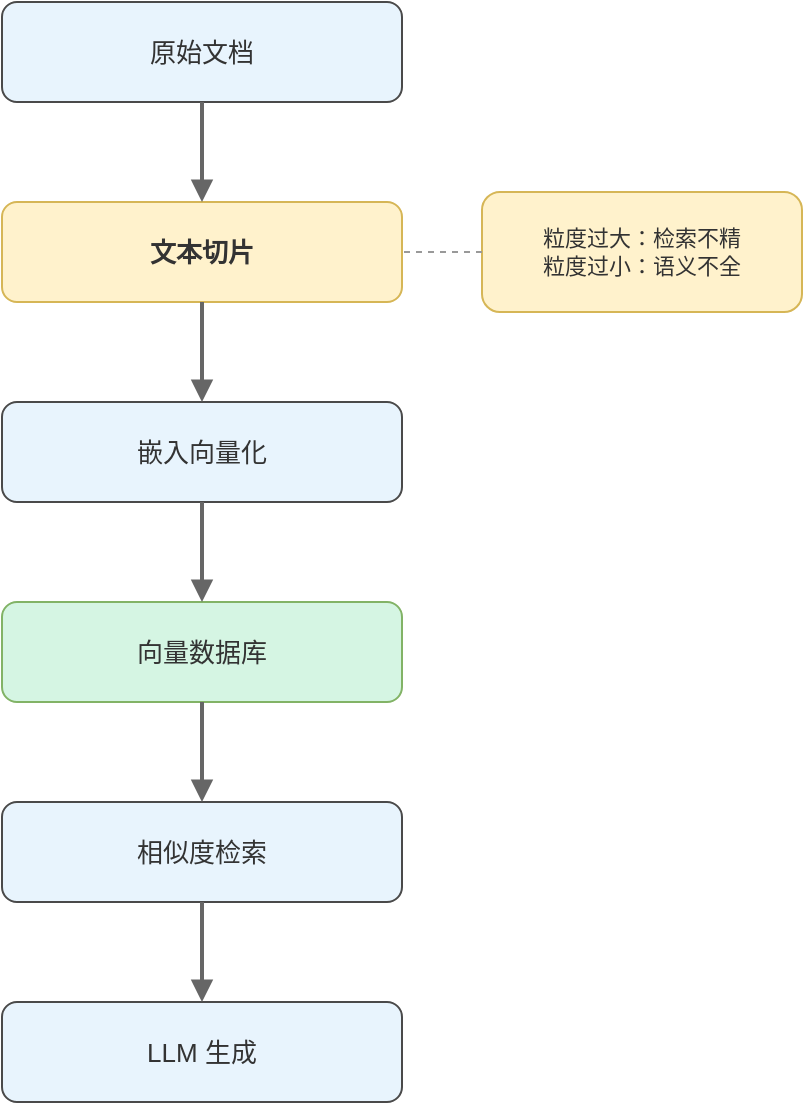
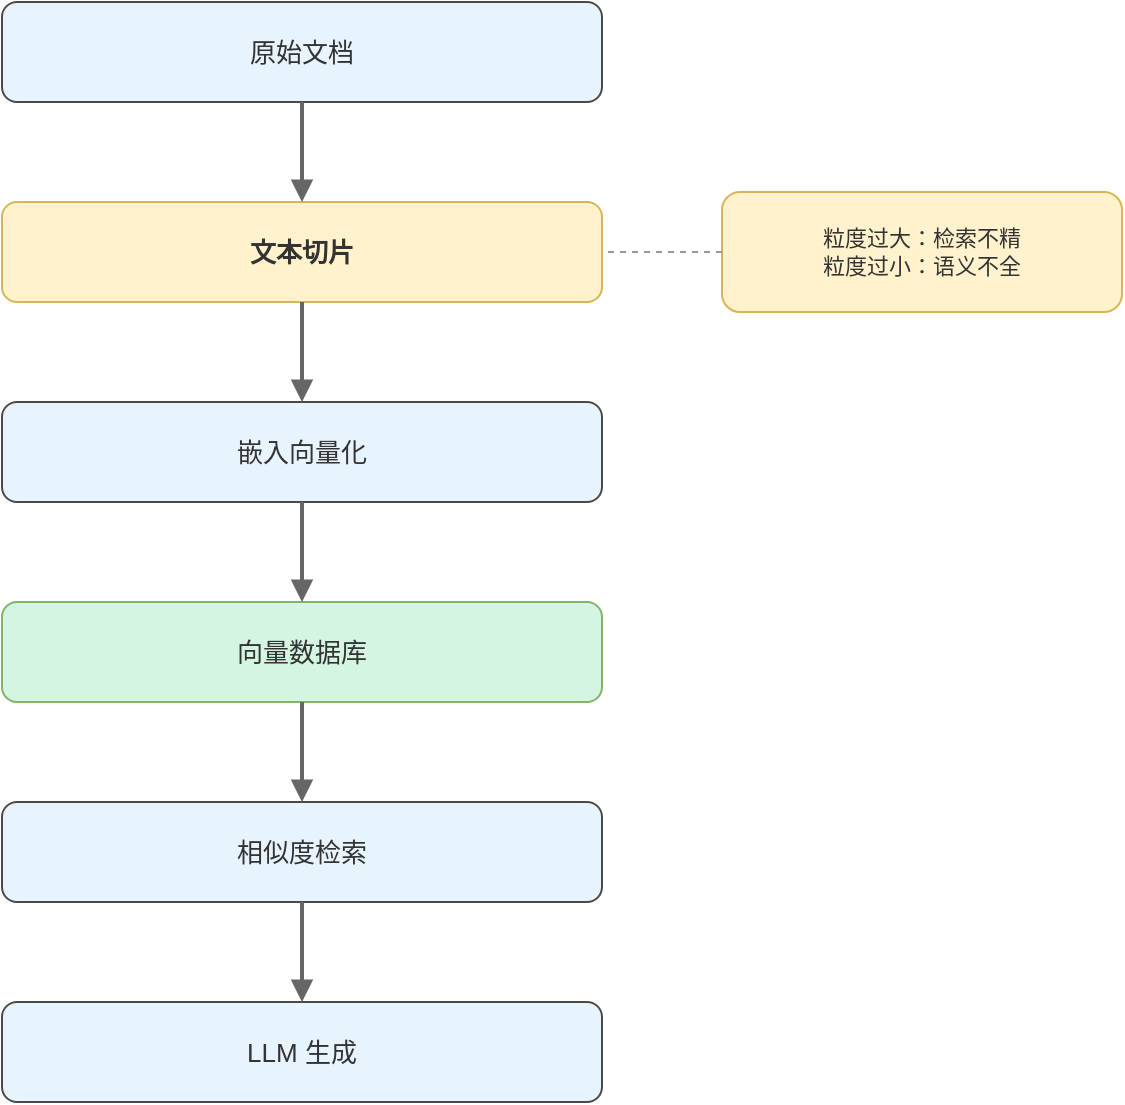
<?xml version="1.0" encoding="UTF-8"?>
- <mxGraphModel pageWidth="640" pageHeight="640" grid="1" gridSize="10">
+ <mxGraphModel pageWidth="720" pageHeight="640" grid="1" gridSize="10">
  <root>
    <mxCell id="0"/>
    <mxCell id="1" parent="0"/>
    <mxCell id="n1" value="原始文档" style="rounded=1;whiteSpace=wrap;fillColor=#E8F4FD;strokeColor=#4A4A4A;fontColor=#333333;fontSize=13;" vertex="1" parent="1">
-       <mxGeometry x="220" y="40" width="200" height="50" as="geometry"/>
+       <mxGeometry x="100" y="40" width="300" height="50" as="geometry"/>
    </mxCell>
    <mxCell id="n2" value="文本切片" style="rounded=1;whiteSpace=wrap;fillColor=#FFF2CC;strokeColor=#D6B656;fontColor=#333333;fontSize=13;fontStyle=1;" vertex="1" parent="1">
-       <mxGeometry x="220" y="140" width="200" height="50" as="geometry"/>
+       <mxGeometry x="100" y="140" width="300" height="50" as="geometry"/>
    </mxCell>
    <mxCell id="n3" value="嵌入向量化" style="rounded=1;whiteSpace=wrap;fillColor=#E8F4FD;strokeColor=#4A4A4A;fontColor=#333333;fontSize=13;" vertex="1" parent="1">
-       <mxGeometry x="220" y="240" width="200" height="50" as="geometry"/>
+       <mxGeometry x="100" y="240" width="300" height="50" as="geometry"/>
    </mxCell>
    <mxCell id="n4" value="向量数据库" style="rounded=1;whiteSpace=wrap;fillColor=#D5F5E3;strokeColor=#82b366;fontColor=#333333;fontSize=13;" vertex="1" parent="1">
-       <mxGeometry x="220" y="340" width="200" height="50" as="geometry"/>
+       <mxGeometry x="100" y="340" width="300" height="50" as="geometry"/>
    </mxCell>
    <mxCell id="n5" value="相似度检索" style="rounded=1;whiteSpace=wrap;fillColor=#E8F4FD;strokeColor=#4A4A4A;fontColor=#333333;fontSize=13;" vertex="1" parent="1">
-       <mxGeometry x="220" y="440" width="200" height="50" as="geometry"/>
+       <mxGeometry x="100" y="440" width="300" height="50" as="geometry"/>
    </mxCell>
    <mxCell id="n6" value="LLM 生成" style="rounded=1;whiteSpace=wrap;fillColor=#E8F4FD;strokeColor=#4A4A4A;fontColor=#333333;fontSize=13;" vertex="1" parent="1">
-       <mxGeometry x="220" y="540" width="200" height="50" as="geometry"/>
+       <mxGeometry x="100" y="540" width="300" height="50" as="geometry"/>
    </mxCell>
    <mxCell id="hint" value="粒度过大：检索不精&#10;粒度过小：语义不全" style="rounded=1;whiteSpace=wrap;fillColor=#FFF2CC;strokeColor=#D6B656;fontColor=#333333;fontSize=11;" vertex="1" parent="1">
-       <mxGeometry x="460" y="135" width="160" height="60" as="geometry"/>
+       <mxGeometry x="460" y="135" width="200" height="60" as="geometry"/>
    </mxCell>
    <mxCell id="e1" value="" style="edgeStyle=orthogonalEdgeStyle;rounded=0;endArrow=block;endFill=1;strokeWidth=2;strokeColor=#666666;exitX=0.5;exitY=1;entryX=0.5;entryY=0;" edge="1" parent="1" source="n1" target="n2">
      <mxGeometry relative="1" as="geometry"/>
    </mxCell>
    <mxCell id="e2" value="" style="edgeStyle=orthogonalEdgeStyle;rounded=0;endArrow=block;endFill=1;strokeWidth=2;strokeColor=#666666;exitX=0.5;exitY=1;entryX=0.5;entryY=0;" edge="1" parent="1" source="n2" target="n3">
      <mxGeometry relative="1" as="geometry"/>
    </mxCell>
    <mxCell id="e3" value="" style="edgeStyle=orthogonalEdgeStyle;rounded=0;endArrow=block;endFill=1;strokeWidth=2;strokeColor=#666666;exitX=0.5;exitY=1;entryX=0.5;entryY=0;" edge="1" parent="1" source="n3" target="n4">
      <mxGeometry relative="1" as="geometry"/>
    </mxCell>
    <mxCell id="e4" value="" style="edgeStyle=orthogonalEdgeStyle;rounded=0;endArrow=block;endFill=1;strokeWidth=2;strokeColor=#666666;exitX=0.5;exitY=1;entryX=0.5;entryY=0;" edge="1" parent="1" source="n4" target="n5">
      <mxGeometry relative="1" as="geometry"/>
    </mxCell>
    <mxCell id="e5" value="" style="edgeStyle=orthogonalEdgeStyle;rounded=0;endArrow=block;endFill=1;strokeWidth=2;strokeColor=#666666;exitX=0.5;exitY=1;entryX=0.5;entryY=0;" edge="1" parent="1" source="n5" target="n6">
      <mxGeometry relative="1" as="geometry"/>
    </mxCell>
    <mxCell id="e6" value="" style="edgeStyle=orthogonalEdgeStyle;rounded=0;endArrow=none;strokeWidth=1;strokeColor=#999999;dashed=1;exitX=0;exitY=0.5;entryX=1;entryY=0.5;" edge="1" parent="1" source="hint" target="n2">
      <mxGeometry relative="1" as="geometry"/>
    </mxCell>
  </root>
</mxGraphModel>
